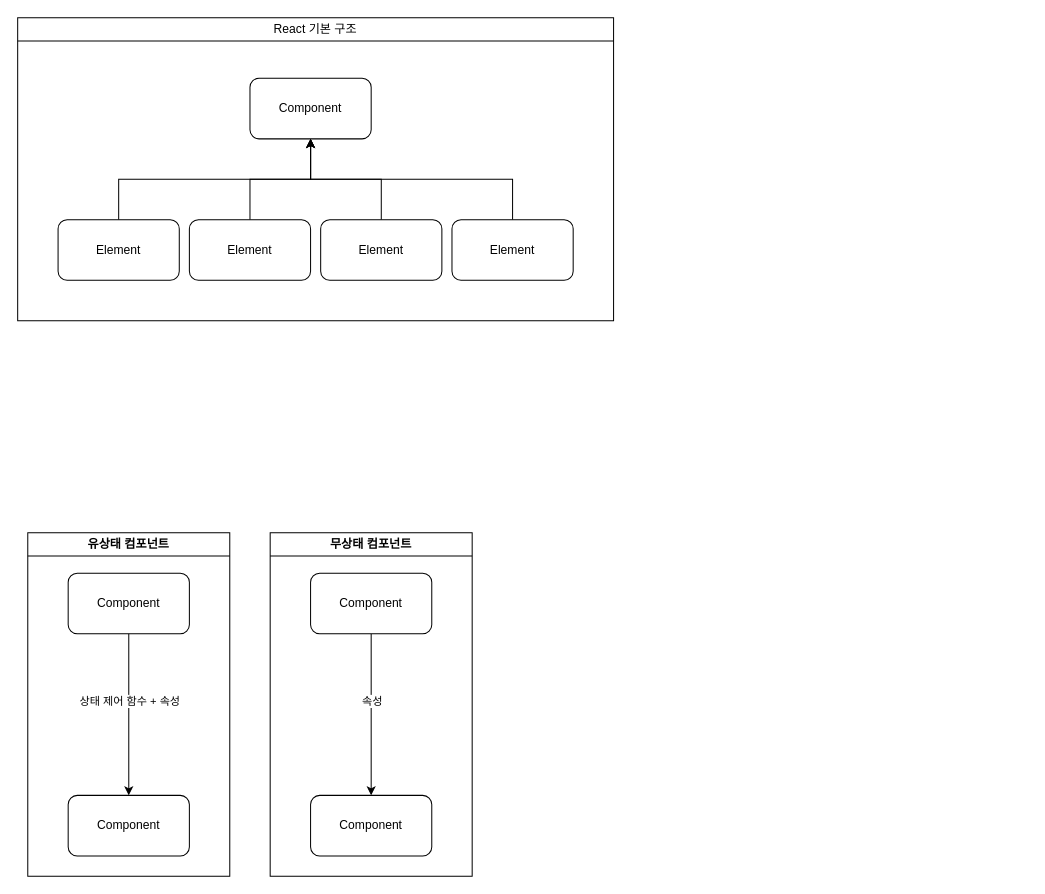
Earlier version of the draw.io diagram page "페이지-1" (1 of 2) of 01.개인공부/React 공부.drawio (CodingGamePlayer/CodingGamePlayer). Source tidied: cells renumbered, new cells numbered last; positions are measured from the earlier drawing's top-left corner, leaving out a move shared by most shapes. Both pictures are drawn from the tidied source at 101%, with x=0, y=0 at pixel (17, 17).
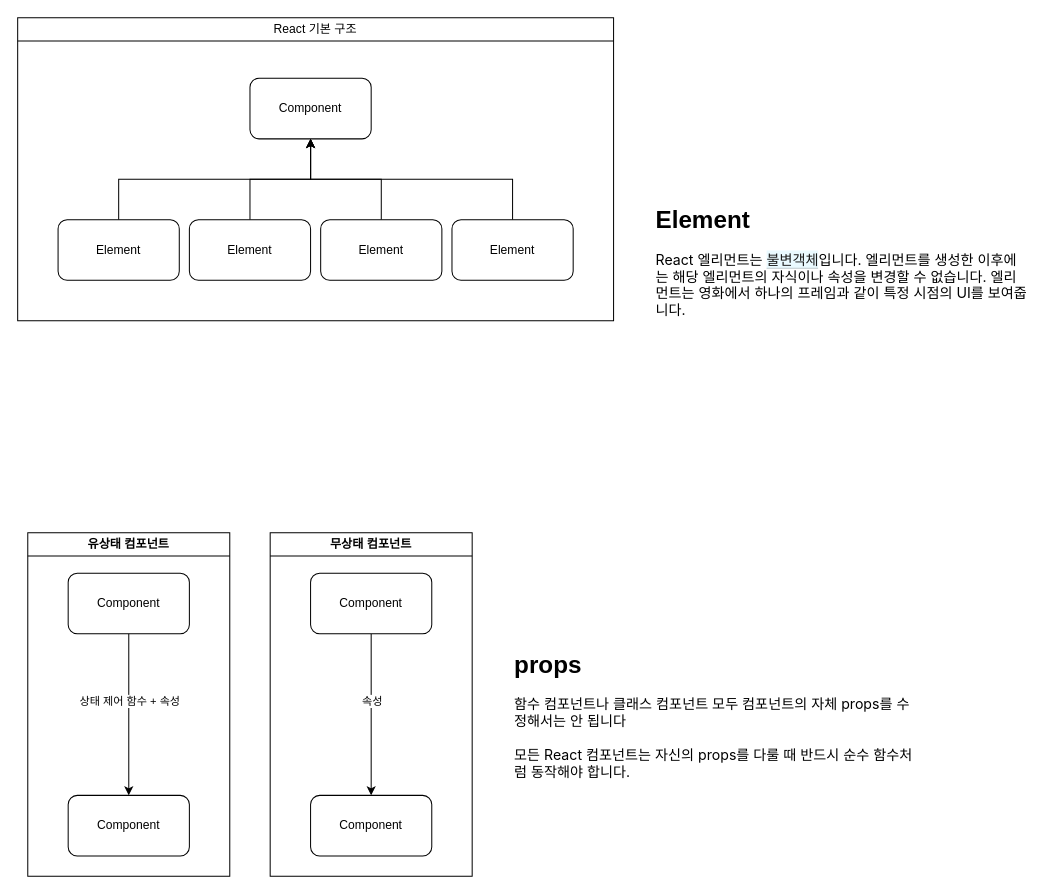
After the change.

Commit message (it also covers changes not shown here):
React 공부.drawio 업데이트

Diff of the diagram source:
```diff
@@
+    <mxCell id="22" value="&lt;h1 style=&quot;margin-top: 0px;&quot;&gt;Element&lt;/h1&gt;&lt;p style=&quot;font-size: 14px;&quot;&gt;&lt;span style=&quot;font-family: -apple-system, BlinkMacSystemFont, &amp;quot;Segoe UI&amp;quot;, Roboto, Oxygen, Ubuntu, Cantarell, &amp;quot;Fira Sans&amp;quot;, &amp;quot;Droid Sans&amp;quot;, &amp;quot;Helvetica Neue&amp;quot;, sans-serif;&quot;&gt;React 엘리먼트는&amp;nbsp;&lt;/span&gt;&lt;a style=&quot;margin: 0px; padding: 0px; box-sizing: inherit; background-color: rgba(187, 239, 253, 0.3); color: rgb(26, 26, 26); text-decoration-line: none; border-bottom: 1px solid rgba(0, 0, 0, 0.2); font-family: -apple-system, BlinkMacSystemFont, &amp;quot;Segoe UI&amp;quot;, Roboto, Oxygen, Ubuntu, Cantarell, &amp;quot;Fira Sans&amp;quot;, &amp;quot;Droid Sans&amp;quot;, &amp;quot;Helvetica Neue&amp;quot;, sans-serif;&quot; rel=&quot;nofollow noopener noreferrer&quot; target=&quot;_blank&quot; href=&quot;https://ko.wikipedia.org/wiki/%EB%B6%88%EB%B3%80%EA%B0%9D%EC%B2%B4&quot;&gt;불변객체&lt;/a&gt;&lt;span style=&quot;font-family: -apple-system, BlinkMacSystemFont, &amp;quot;Segoe UI&amp;quot;, Roboto, Oxygen, Ubuntu, Cantarell, &amp;quot;Fira Sans&amp;quot;, &amp;quot;Droid Sans&amp;quot;, &amp;quot;Helvetica Neue&amp;quot;, sans-serif;&quot;&gt;입니다. 엘리먼트를 생성한 이후에는 해당 엘리먼트의 자식이나 속성을 변경할 수 없습니다. 엘리먼트는 영화에서 하나의 프레임과 같이 특정 시점의 UI를 보여줍니다.&lt;/span&gt;&lt;br&gt;&lt;/p&gt;" style="text;html=1;whiteSpace=wrap;overflow=hidden;rounded=0;" parent="1" vertex="1">
+      <mxGeometry x="630" y="180" width="370" height="130" as="geometry" />
+    </mxCell>
+    <mxCell id="23" value="&lt;h1 style=&quot;margin-top: 0px;&quot;&gt;props&lt;/h1&gt;&lt;p style=&quot;font-size: 14px;&quot;&gt;&lt;span style=&quot;font-family: -apple-system, BlinkMacSystemFont, &amp;quot;Segoe UI&amp;quot;, Roboto, Oxygen, Ubuntu, Cantarell, &amp;quot;Fira Sans&amp;quot;, &amp;quot;Droid Sans&amp;quot;, &amp;quot;Helvetica Neue&amp;quot;, sans-serif;&quot;&gt;함수 컴포넌트나 클래스 컴포넌트 모두 컴포넌트의 자체 props를 수정해서는 안 됩니다&lt;br&gt;&lt;/span&gt;&lt;br&gt;&lt;span style=&quot;margin: 0px; padding: 0px; box-sizing: inherit; font-family: -apple-system, BlinkMacSystemFont, &amp;quot;Segoe UI&amp;quot;, Roboto, Oxygen, Ubuntu, Cantarell, &amp;quot;Fira Sans&amp;quot;, &amp;quot;Droid Sans&amp;quot;, &amp;quot;Helvetica Neue&amp;quot;, sans-serif;&quot;&gt;모든 React 컴포넌트는 자신의 props를 다룰 때 반드시 순수 함수처럼 동작해야 합니다.&lt;/span&gt;&lt;br&gt;&lt;/p&gt;" style="text;html=1;whiteSpace=wrap;overflow=hidden;rounded=0;" parent="1" vertex="1">
+      <mxGeometry x="490" y="620" width="400" height="170" as="geometry" />
+    </mxCell>
```
